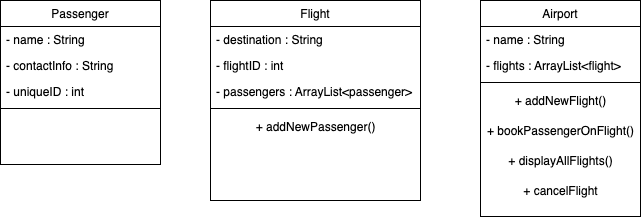
Earlier version of the draw.io export CLI_Interface/airport_UML.png (Francescam31/CLI_Interface). Source tidied: cells renumbered, new cells last; positions are measured from the earlier drawing's top-left corner, leaving out a move shared by most shapes. Source of this version:
```xml
<mxGraphModel>
  <root>
    <mxCell id="0" />
    <mxCell id="1" parent="0" />
    <mxCell id="2" value="Passenger" style="swimlane;fontStyle=0;align=center;verticalAlign=top;horizontal=1;startSize=26;rounded=0;shadow=0;strokeWidth=1;" parent="1" vertex="1">
      <mxGeometry width="160" height="164" as="geometry" />
    </mxCell>
    <mxCell id="3" value="- name : String" style="text;align=left;verticalAlign=top;spacingLeft=4;spacingRight=4;overflow=hidden;" parent="2" vertex="1">
      <mxGeometry y="26" width="160" height="26" as="geometry" />
    </mxCell>
    <mxCell id="4" value="- contactInfo : String" style="text;align=left;verticalAlign=top;spacingLeft=4;spacingRight=4;overflow=hidden;rounded=0;shadow=0;html=0;" parent="2" vertex="1">
      <mxGeometry y="52" width="160" height="26" as="geometry" />
    </mxCell>
    <mxCell id="5" value="- uniqueID : int" style="text;align=left;verticalAlign=top;spacingLeft=4;spacingRight=4;overflow=hidden;points=[[0,0.5],[1,0.5]];portConstraint=eastwest;rounded=0;shadow=0;html=0;" parent="2" vertex="1">
      <mxGeometry y="78" width="160" height="26" as="geometry" />
    </mxCell>
    <mxCell id="6" style="line;html=1;strokeWidth=1;align=left;verticalAlign=middle;spacingTop=-1;spacingLeft=3;spacingRight=3;labelPosition=right;" parent="2" vertex="1">
      <mxGeometry y="104" width="160" height="8" as="geometry" />
    </mxCell>
    <mxCell id="7" value="Airport" style="swimlane;fontStyle=0;align=center;verticalAlign=top;horizontal=1;startSize=26;rounded=0;shadow=0;strokeWidth=1;" parent="1" vertex="1">
      <mxGeometry x="480" width="160" height="216" as="geometry" />
    </mxCell>
    <mxCell id="8" value="- name : String" style="text;align=left;verticalAlign=top;spacingLeft=4;spacingRight=4;overflow=hidden;" parent="7" vertex="1">
      <mxGeometry y="26" width="160" height="26" as="geometry" />
    </mxCell>
    <mxCell id="9" value="- flights : ArrayList&lt;flight&gt;" style="text;align=left;verticalAlign=top;spacingLeft=4;spacingRight=4;overflow=hidden;rounded=0;shadow=0;html=0;" parent="7" vertex="1">
      <mxGeometry y="52" width="160" height="26" as="geometry" />
    </mxCell>
    <mxCell id="10" style="line;html=1;strokeWidth=1;align=left;verticalAlign=middle;spacingTop=-1;spacingLeft=3;spacingRight=3;labelPosition=right;points=[];portConstraint=eastwest;" parent="7" vertex="1">
      <mxGeometry y="78" width="160" height="8" as="geometry" />
    </mxCell>
    <mxCell id="11" value="+ addNewFlight()" style="text;html=1;align=center;verticalAlign=middle;strokeColor=none;fillColor=none;" parent="7" vertex="1">
      <mxGeometry y="86" width="160" height="30" as="geometry" />
    </mxCell>
    <mxCell id="12" value="+ bookPassengerOnFlight()" style="text;html=1;align=center;verticalAlign=middle;strokeColor=none;fillColor=none;" parent="7" vertex="1">
      <mxGeometry y="116" width="160" height="30" as="geometry" />
    </mxCell>
    <mxCell id="13" value="+ displayAllFlights()" style="text;html=1;align=center;verticalAlign=middle;strokeColor=none;fillColor=none;" parent="7" vertex="1">
      <mxGeometry y="146" width="160" height="30" as="geometry" />
    </mxCell>
    <mxCell id="14" value="+ cancelFlight" style="text;html=1;align=center;verticalAlign=middle;strokeColor=none;fillColor=none;" parent="7" vertex="1">
      <mxGeometry y="176" width="160" height="30" as="geometry" />
    </mxCell>
    <mxCell id="15" value="Flight" style="swimlane;fontStyle=0;align=center;verticalAlign=top;horizontal=1;startSize=26;rounded=0;shadow=0;strokeWidth=1;" parent="1" vertex="1">
      <mxGeometry x="210" width="210" height="200" as="geometry" />
    </mxCell>
    <mxCell id="16" value="- destination : String" style="text;align=left;verticalAlign=top;spacingLeft=4;spacingRight=4;overflow=hidden;" parent="15" vertex="1">
      <mxGeometry y="26" width="210" height="26" as="geometry" />
    </mxCell>
    <mxCell id="17" value="- flightID : int" style="text;align=left;verticalAlign=top;spacingLeft=4;spacingRight=4;overflow=hidden;rounded=0;shadow=0;html=0;" parent="15" vertex="1">
      <mxGeometry y="52" width="210" height="26" as="geometry" />
    </mxCell>
    <mxCell id="18" value="- passengers : ArrayList&lt;passenger&gt;" style="text;align=left;verticalAlign=top;spacingLeft=4;spacingRight=4;overflow=hidden;rounded=0;shadow=0;html=0;" parent="15" vertex="1">
      <mxGeometry y="78" width="210" height="26" as="geometry" />
    </mxCell>
    <mxCell id="19" style="line;html=1;strokeWidth=1;align=left;verticalAlign=middle;spacingTop=-1;spacingLeft=3;spacingRight=3;labelPosition=right;" parent="15" vertex="1">
      <mxGeometry y="104" width="210" height="8" as="geometry" />
    </mxCell>
    <mxCell id="20" value="+ addNewPassenger()" style="text;html=1;align=center;verticalAlign=middle;strokeColor=none;fillColor=none;" parent="15" vertex="1">
      <mxGeometry y="112" width="210" height="30" as="geometry" />
    </mxCell>
  </root>
</mxGraphModel>
```
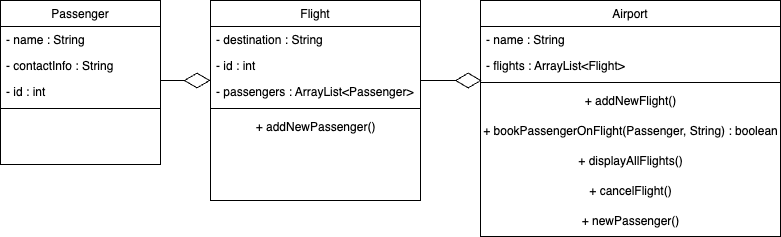
Later version of the same file.

The edit, as a diff of the source:
```diff
@@ -11,46 +11,54 @@
     <mxCell id="4" value="- contactInfo : String" style="text;align=left;verticalAlign=top;spacingLeft=4;spacingRight=4;overflow=hidden;rounded=0;shadow=0;html=0;" parent="2" vertex="1">
       <mxGeometry y="52" width="160" height="26" as="geometry" />
     </mxCell>
-    <mxCell id="5" value="- uniqueID : int" style="text;align=left;verticalAlign=top;spacingLeft=4;spacingRight=4;overflow=hidden;points=[[0,0.5],[1,0.5]];portConstraint=eastwest;rounded=0;shadow=0;html=0;" parent="2" vertex="1">
+    <mxCell id="5" value="- id : int" style="text;align=left;verticalAlign=top;spacingLeft=4;spacingRight=4;overflow=hidden;points=[[0,0.5],[1,0.5]];portConstraint=eastwest;rounded=0;shadow=0;html=0;" parent="2" vertex="1">
       <mxGeometry y="78" width="160" height="26" as="geometry" />
     </mxCell>
     <mxCell id="6" style="line;html=1;strokeWidth=1;align=left;verticalAlign=middle;spacingTop=-1;spacingLeft=3;spacingRight=3;labelPosition=right;" parent="2" vertex="1">
       <mxGeometry y="104" width="160" height="8" as="geometry" />
     </mxCell>
     <mxCell id="7" value="Airport" style="swimlane;fontStyle=0;align=center;verticalAlign=top;horizontal=1;startSize=26;rounded=0;shadow=0;strokeWidth=1;" parent="1" vertex="1">
-      <mxGeometry x="480" width="160" height="216" as="geometry" />
+      <mxGeometry x="480" width="300" height="236" as="geometry" />
     </mxCell>
     <mxCell id="8" value="- name : String" style="text;align=left;verticalAlign=top;spacingLeft=4;spacingRight=4;overflow=hidden;" parent="7" vertex="1">
-      <mxGeometry y="26" width="160" height="26" as="geometry" />
+      <mxGeometry y="26" width="300" height="26" as="geometry" />
     </mxCell>
-    <mxCell id="9" value="- flights : ArrayList&lt;flight&gt;" style="text;align=left;verticalAlign=top;spacingLeft=4;spacingRight=4;overflow=hidden;rounded=0;shadow=0;html=0;" parent="7" vertex="1">
-      <mxGeometry y="52" width="160" height="26" as="geometry" />
+    <mxCell id="9" value="- flights : ArrayList&lt;Flight&gt;" style="text;align=left;verticalAlign=top;spacingLeft=4;spacingRight=4;overflow=hidden;rounded=0;shadow=0;html=0;" parent="7" vertex="1">
+      <mxGeometry y="52" width="300" height="26" as="geometry" />
     </mxCell>
     <mxCell id="10" style="line;html=1;strokeWidth=1;align=left;verticalAlign=middle;spacingTop=-1;spacingLeft=3;spacingRight=3;labelPosition=right;points=[];portConstraint=eastwest;" parent="7" vertex="1">
-      <mxGeometry y="78" width="160" height="8" as="geometry" />
+      <mxGeometry y="78" width="300" height="8" as="geometry" />
     </mxCell>
     <mxCell id="11" value="+ addNewFlight()" style="text;html=1;align=center;verticalAlign=middle;strokeColor=none;fillColor=none;" parent="7" vertex="1">
-      <mxGeometry y="86" width="160" height="30" as="geometry" />
+      <mxGeometry y="86" width="300" height="30" as="geometry" />
     </mxCell>
-    <mxCell id="12" value="+ bookPassengerOnFlight()" style="text;html=1;align=center;verticalAlign=middle;strokeColor=none;fillColor=none;" parent="7" vertex="1">
-      <mxGeometry y="116" width="160" height="30" as="geometry" />
+    <mxCell id="12" value="+ bookPassengerOnFlight(Passenger, String) : boolean" style="text;html=1;align=center;verticalAlign=middle;strokeColor=none;fillColor=none;" parent="7" vertex="1">
+      <mxGeometry y="116" width="300" height="30" as="geometry" />
     </mxCell>
     <mxCell id="13" value="+ displayAllFlights()" style="text;html=1;align=center;verticalAlign=middle;strokeColor=none;fillColor=none;" parent="7" vertex="1">
-      <mxGeometry y="146" width="160" height="30" as="geometry" />
+      <mxGeometry y="146" width="300" height="30" as="geometry" />
     </mxCell>
-    <mxCell id="14" value="+ cancelFlight" style="text;html=1;align=center;verticalAlign=middle;strokeColor=none;fillColor=none;" parent="7" vertex="1">
-      <mxGeometry y="176" width="160" height="30" as="geometry" />
+    <mxCell id="14" value="+ cancelFlight()" style="text;html=1;align=center;verticalAlign=middle;strokeColor=none;fillColor=none;" parent="7" vertex="1">
+      <mxGeometry y="176" width="300" height="30" as="geometry" />
     </mxCell>
+    <mxCell id="21" value="+ newPassenger()" style="text;html=1;align=center;verticalAlign=middle;strokeColor=none;fillColor=none;" parent="7" vertex="1">
+      <mxGeometry y="206" width="300" height="30" as="geometry" />
+    </mxCell>
     <mxCell id="15" value="Flight" style="swimlane;fontStyle=0;align=center;verticalAlign=top;horizontal=1;startSize=26;rounded=0;shadow=0;strokeWidth=1;" parent="1" vertex="1">
       <mxGeometry x="210" width="210" height="200" as="geometry" />
     </mxCell>
     <mxCell id="16" value="- destination : String" style="text;align=left;verticalAlign=top;spacingLeft=4;spacingRight=4;overflow=hidden;" parent="15" vertex="1">
       <mxGeometry y="26" width="210" height="26" as="geometry" />
     </mxCell>
-    <mxCell id="17" value="- flightID : int" style="text;align=left;verticalAlign=top;spacingLeft=4;spacingRight=4;overflow=hidden;rounded=0;shadow=0;html=0;" parent="15" vertex="1">
+    <mxCell id="17" value="- id : int" style="text;align=left;verticalAlign=top;spacingLeft=4;spacingRight=4;overflow=hidden;rounded=0;shadow=0;html=0;" parent="15" vertex="1">
       <mxGeometry y="52" width="210" height="26" as="geometry" />
     </mxCell>
+    <mxCell id="22" style="endArrow=diamondThin;endFill=0;endSize=24;html=1;rounded=0;exitX=0.998;exitY=0.077;exitDx=0;exitDy=0;exitPerimeter=0;" parent="15" edge="1" source="5">
+      <mxGeometry relative="1" as="geometry">
+        <mxPoint y="80" as="targetPoint" />
+      </mxGeometry>
+    </mxCell>
-    <mxCell id="18" value="- passengers : ArrayList&lt;passenger&gt;" style="text;align=left;verticalAlign=top;spacingLeft=4;spacingRight=4;overflow=hidden;rounded=0;shadow=0;html=0;" parent="15" vertex="1">
+    <mxCell id="18" value="- passengers : ArrayList&lt;Passenger&gt;" style="text;align=left;verticalAlign=top;spacingLeft=4;spacingRight=4;overflow=hidden;rounded=0;shadow=0;html=0;" parent="15" vertex="1">
       <mxGeometry y="78" width="210" height="26" as="geometry" />
     </mxCell>
     <mxCell id="19" style="line;html=1;strokeWidth=1;align=left;verticalAlign=middle;spacingTop=-1;spacingLeft=3;spacingRight=3;labelPosition=right;" parent="15" vertex="1">
@@ -59,5 +67,10 @@
     <mxCell id="20" value="+ addNewPassenger()" style="text;html=1;align=center;verticalAlign=middle;strokeColor=none;fillColor=none;" parent="15" vertex="1">
       <mxGeometry y="112" width="210" height="30" as="geometry" />
     </mxCell>
+    <mxCell id="23" style="endArrow=diamondThin;endFill=0;endSize=24;html=1;rounded=0;entryX=0.004;entryY=0.25;entryDx=0;entryDy=0;entryPerimeter=0;" parent="1" edge="1" target="10">
+      <mxGeometry relative="1" as="geometry">
+        <mxPoint x="420" y="80" as="sourcePoint" />
+      </mxGeometry>
+    </mxCell>
   </root>
 </mxGraphModel>
```
